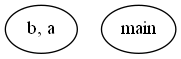
This is printers/images/Symbol.gv.png from KianBankeLarsen/Compiler, a Graphviz export, as it was before one commit. Its source is kept beside it as printers/images/Symbol.gv. Its diagram source:
```dot
digraph Symbol {
	0 [label="b, a"]
	1 [label=main]
}
```
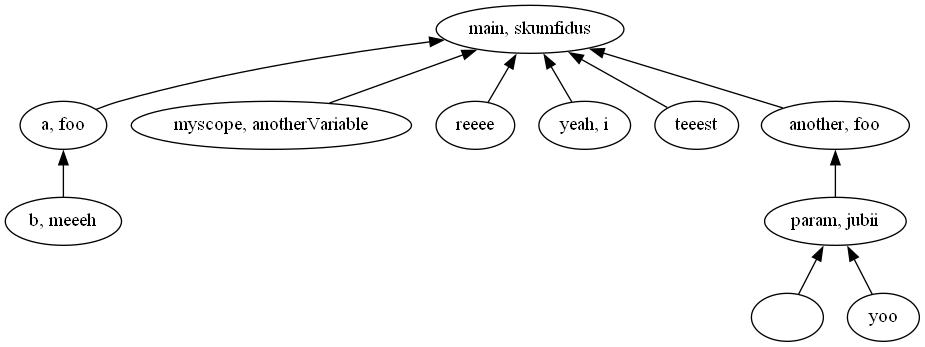
The same diagram one commit later.

Commit message:
Done with symbol table

Diff of the diagram source:
```diff
@@ -1,4 +1,24 @@
 digraph Symbol {
-	0 [label="b, a"]
-	1 [label=main]
+	graph [rankdir=BT]
+	0 [label="main, skumfidus"]
+	1 [label="a, foo"]
+	1 -> 0
+	2 [label="b, meeeh"]
+	2 -> 1
+	3 [label="myscope, anotherVariable"]
+	3 -> 0
+	4 [label=reeee]
+	4 -> 0
+	5 [label="yeah, i"]
+	5 -> 0
+	6 [label=teeest]
+	6 -> 0
+	7 [label="another, foo"]
+	7 -> 0
+	8 [label="param, jubii"]
+	8 -> 7
+	9 [label=""]
+	9 -> 8
+	10 [label=yoo]
+	10 -> 8
 }
```
